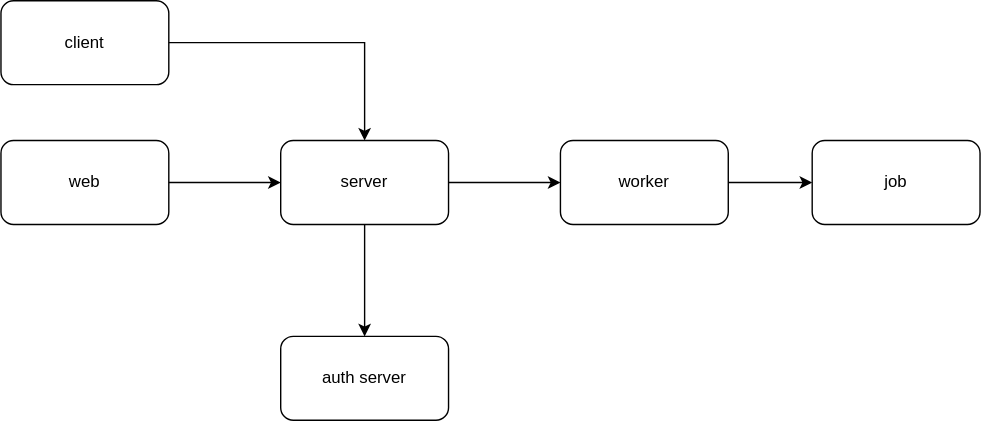
Earlier version of the draw.io export docs/architecture.drawio.svg (Turao/go-worker). Source tidied: cells renumbered, new cells last; positions are measured from the earlier drawing's top-left corner, leaving out a move shared by most shapes.
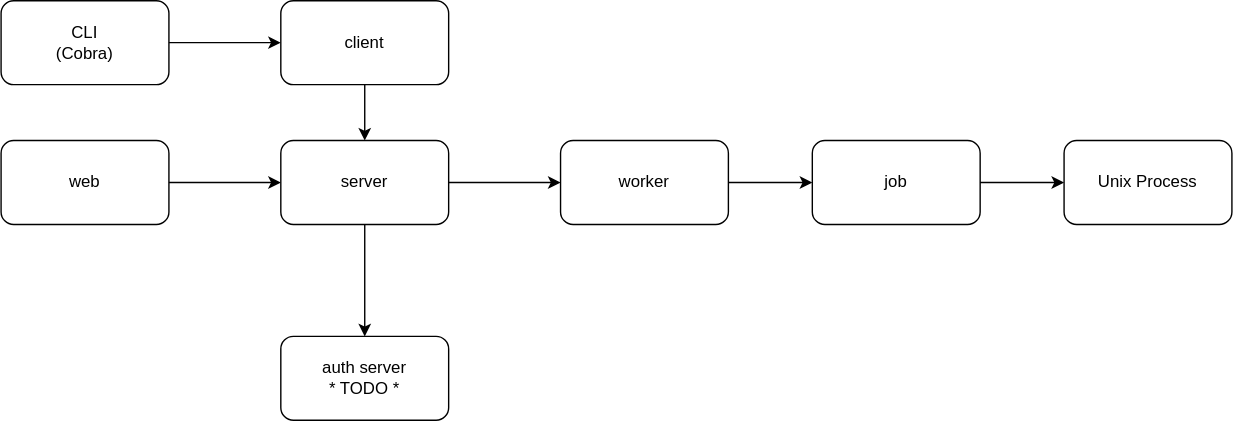
The same diagram one commit later.

The edit, as a diff of the source:
```diff
@@ -6,7 +6,7 @@
       <mxGeometry relative="1" as="geometry" />
     </mxCell>
     <mxCell id="3" value="client" style="rounded=1;whiteSpace=wrap;html=1;fillColor=none;strokeColor=#000000;fontColor=#000000;" parent="1" vertex="1">
-      <mxGeometry width="120" height="60" as="geometry" />
+      <mxGeometry x="200" width="120" height="60" as="geometry" />
     </mxCell>
     <mxCell id="4" style="edgeStyle=orthogonalEdgeStyle;rounded=0;jettySize=auto;html=1;strokeColor=#000000;fontColor=#000000;entryX=0;entryY=0.5;entryDx=0;entryDy=0;" parent="1" edge="1" source="5" target="8">
       <mxGeometry relative="1" as="geometry" />
@@ -29,11 +29,23 @@
     <mxCell id="10" value="worker" style="rounded=1;whiteSpace=wrap;html=1;fillColor=none;strokeColor=#000000;fontColor=#000000;" parent="1" vertex="1">
       <mxGeometry x="400" y="100" width="120" height="60" as="geometry" />
     </mxCell>
+    <mxCell id="13" style="edgeStyle=orthogonalEdgeStyle;rounded=0;jettySize=auto;html=1;strokeColor=#000000;" parent="1" edge="1" source="11" target="16">
+      <mxGeometry relative="1" as="geometry" />
+    </mxCell>
     <mxCell id="11" value="job" style="rounded=1;whiteSpace=wrap;html=1;fillColor=none;strokeColor=#000000;fontColor=#000000;" parent="1" vertex="1">
       <mxGeometry x="580" y="100" width="120" height="60" as="geometry" />
     </mxCell>
-    <mxCell id="12" value="auth server" style="rounded=1;whiteSpace=wrap;html=1;fillColor=none;strokeColor=#000000;fontColor=#000000;" parent="1" vertex="1">
+    <mxCell id="12" value="auth server&lt;br&gt;* TODO *" style="rounded=1;whiteSpace=wrap;html=1;fillColor=none;strokeColor=#000000;fontColor=#000000;" parent="1" vertex="1">
       <mxGeometry x="200" y="240" width="120" height="60" as="geometry" />
     </mxCell>
+    <mxCell id="14" style="edgeStyle=orthogonalEdgeStyle;rounded=0;jettySize=auto;html=1;strokeColor=#000000;" parent="1" edge="1" source="15" target="3">
+      <mxGeometry relative="1" as="geometry" />
+    </mxCell>
+    <mxCell id="15" value="CLI&lt;br&gt;(Cobra)" style="rounded=1;whiteSpace=wrap;html=1;fillColor=none;strokeColor=#000000;fontColor=#000000;" parent="1" vertex="1">
+      <mxGeometry width="120" height="60" as="geometry" />
+    </mxCell>
+    <mxCell id="16" value="Unix Process" style="rounded=1;whiteSpace=wrap;html=1;fillColor=none;strokeColor=#000000;fontColor=#000000;" parent="1" vertex="1">
+      <mxGeometry x="760" y="100" width="120" height="60" as="geometry" />
+    </mxCell>
   </root>
 </mxGraphModel>
```
